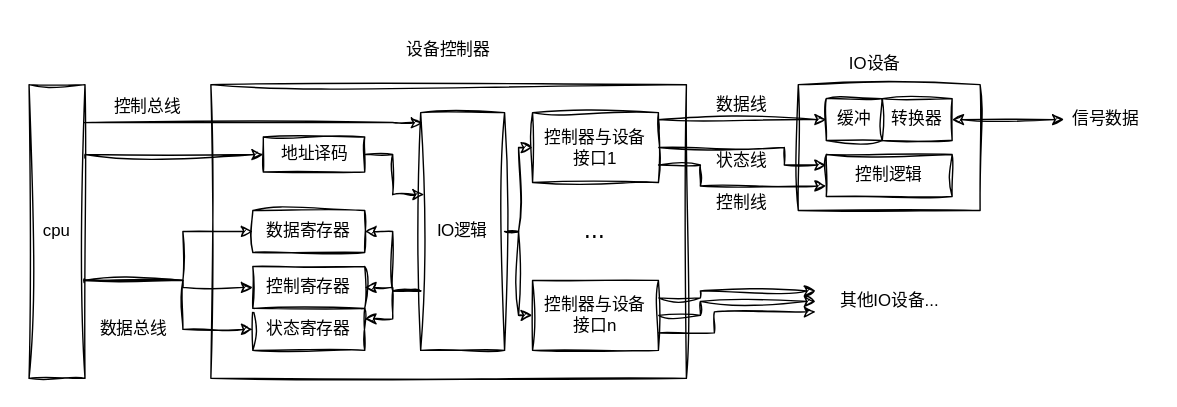
The draw.io diagram text-notes/graph/io设备控制器.drawio.svg in shanyaotusi/shanyaotusi_note, before a commit. Source tidied: cells renumbered, new cells last; positions are measured from the earlier drawing's top-left corner, leaving out a move shared by most shapes.
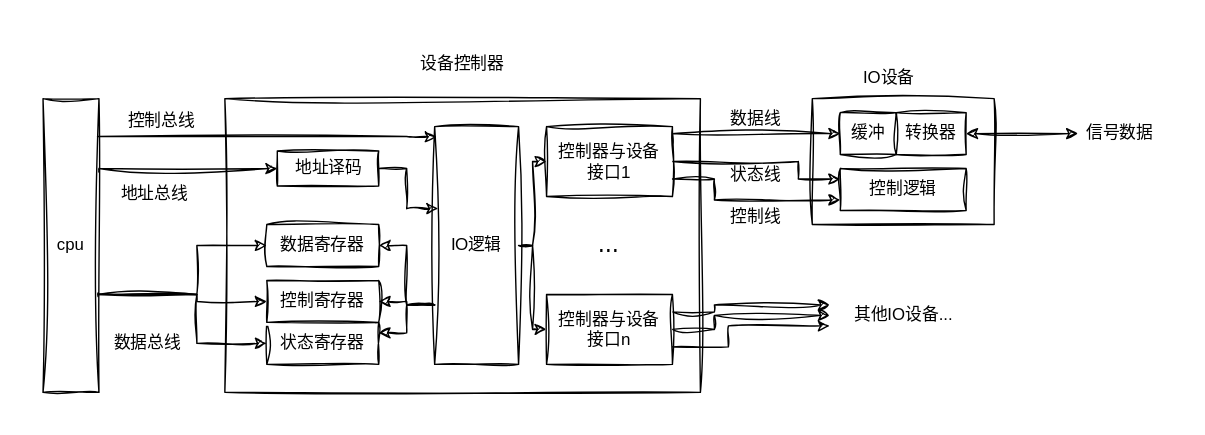
Later version of the same file.

The edit, as a diff of the source:
```diff
@@ -194,5 +194,8 @@
     <mxCell id="42" style="edgeStyle=orthogonalEdgeStyle;rounded=0;sketch=1;hachureGap=4;jiggle=2;curveFitting=1;jettySize=auto;html=1;exitX=1;exitY=0.5;exitDx=0;exitDy=0;entryX=0.043;entryY=0.345;entryDx=0;entryDy=0;entryPerimeter=0;fontFamily=Architects Daughter;fontSource=https%3A%2F%2Ffonts.googleapis.com%2Fcss%3Ffamily%3DArchitects%2BDaughter;" parent="1" edge="1" source="40" target="24">
       <mxGeometry relative="1" as="geometry" />
     </mxCell>
+    <mxCell id="43" value="地址总线" style="text;html=1;whiteSpace=wrap;strokeColor=none;fillColor=none;align=center;verticalAlign=middle;rounded=0;fontFamily=Architects Daughter;fontSource=https%3A%2F%2Ffonts.googleapis.com%2Fcss%3Ffamily%3DArchitects%2BDaughter;" parent="1" vertex="1">
+      <mxGeometry x="50" y="102.5" width="60" height="10" as="geometry" />
+    </mxCell>
   </root>
 </mxGraphModel>
```
